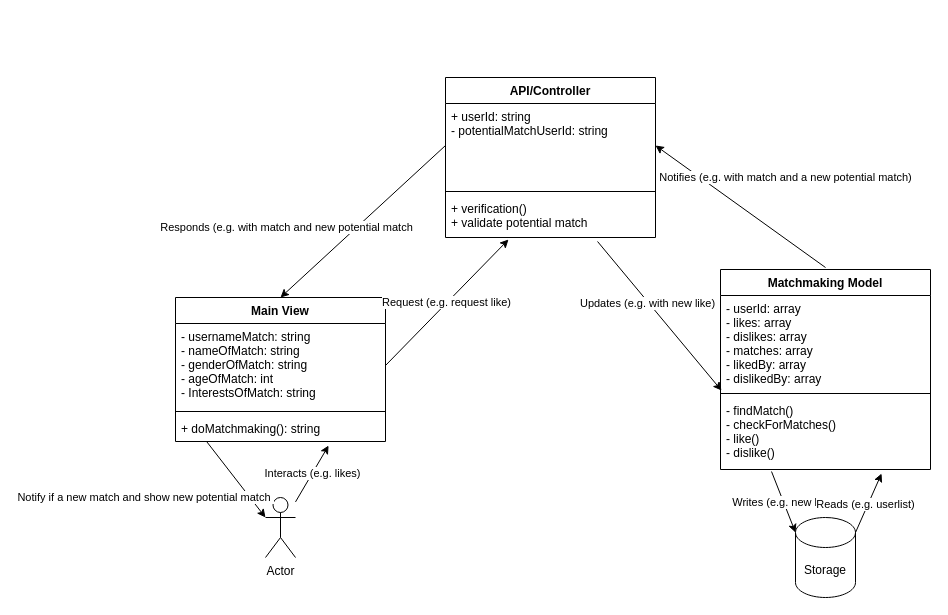
aleude/godkendelsesopgave3 keeps this draw.io diagram as page "Page-2" (2 of 7) of Untitled Diagram.drawio. Above is the earlier version. Source tidied: cells renumbered, new cells numbered last; positions are measured from the earlier drawing's top-left corner, leaving out a move shared by most shapes. Both pictures are drawn from the tidied source at 100%, with x=0, y=0 at pixel (175, 77).
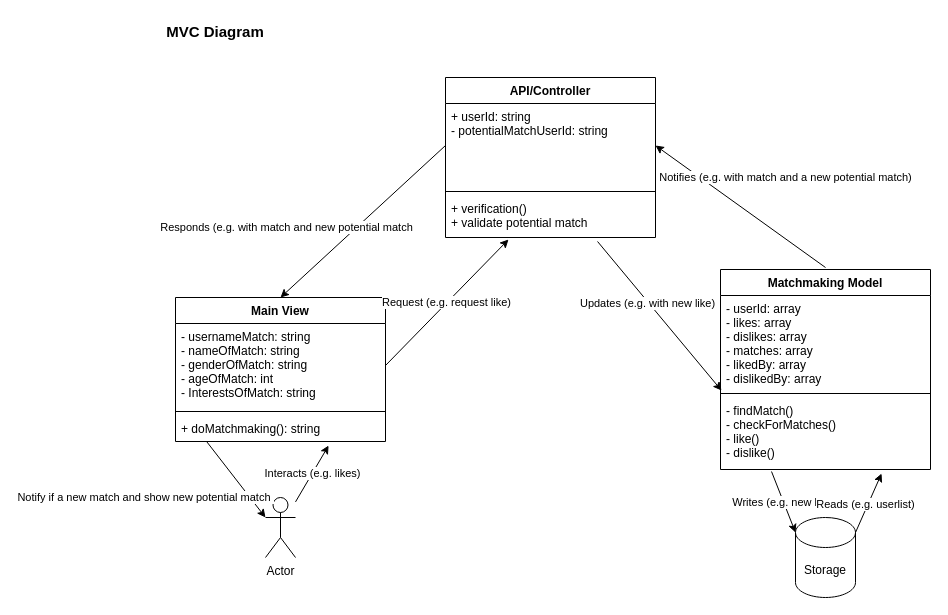
Above is the later version.

What changed in the source:
```diff
@@
+    <mxCell id="29" value="MVC Diagram" style="text;align=center;fontStyle=1;verticalAlign=middle;spacingLeft=3;spacingRight=3;strokeColor=none;fontSize=15;" parent="1" vertex="1">
+      <mxGeometry y="-60" width="80" height="26" as="geometry" />
+    </mxCell>
```
